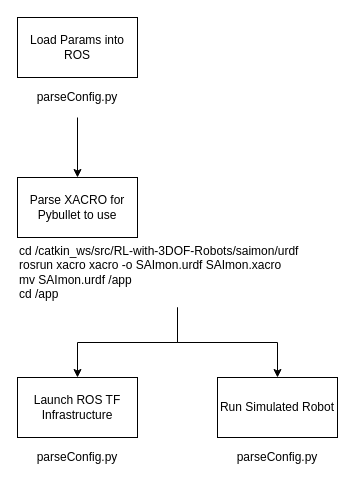
SimonSchwaiger/RL-for-Controller-Parameter-Estimation keeps this draw.io diagram as page "Startup Procedure" (2 of 3) of doc/systemMockup.drawio. Above is the earlier version. Source tidied: cells renumbered, new cells numbered last; positions are measured from the earlier drawing's top-left corner, leaving out a move shared by most shapes. Both pictures are drawn from the tidied source at 100%, with x=0, y=0 at pixel (17, 17).
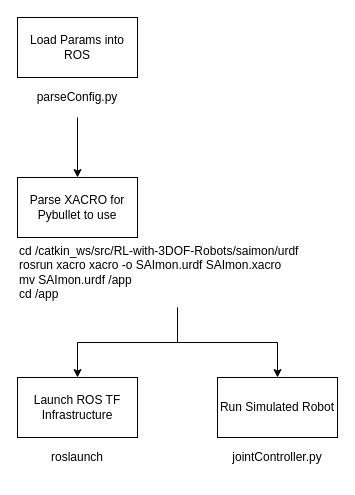
The same diagram, later.

What changed in the source:
```diff
@@
 <mxGraphModel>
   <root>
     <mxCell id="0" />
     <mxCell id="1" parent="0" />
     <mxCell id="2" value="Load Params into ROS" style="rounded=0;whiteSpace=wrap;html=1;" parent="1" vertex="1">
       <mxGeometry width="120" height="60" as="geometry" />
     </mxCell>
     <mxCell id="3" style="edgeStyle=orthogonalEdgeStyle;rounded=0;jettySize=auto;html=1;exitX=0.5;exitY=1;exitDx=0;exitDy=0;entryX=0.5;entryY=0;entryDx=0;entryDy=0;" parent="1" edge="1" source="4" target="5">
       <mxGeometry relative="1" as="geometry" />
     </mxCell>
     <mxCell id="4" value="parseConfig.py" style="text;html=1;strokeColor=none;fillColor=none;align=center;verticalAlign=middle;whiteSpace=wrap;rounded=0;" parent="1" vertex="1">
       <mxGeometry y="60" width="120" height="40" as="geometry" />
     </mxCell>
     <mxCell id="5" value="Parse XACRO for Pybullet to use" style="rounded=0;whiteSpace=wrap;html=1;" parent="1" vertex="1">
       <mxGeometry y="160" width="120" height="60" as="geometry" />
     </mxCell>
     <mxCell id="6" style="edgeStyle=orthogonalEdgeStyle;rounded=0;jettySize=auto;html=1;entryX=0.5;entryY=0;entryDx=0;entryDy=0;" parent="1" edge="1" source="7" target="11">
       <mxGeometry relative="1" as="geometry" />
     </mxCell>
     <mxCell id="7" value="cd /catkin_ws/src/RL-with-3DOF-Robots/saimon/urdf &lt;br&gt;rosrun xacro xacro -o SAImon.urdf SAImon.xacro&lt;br&gt;mv SAImon.urdf /app&lt;br&gt;cd /app" style="text;whiteSpace=wrap;html=1;" parent="1" vertex="1">
       <mxGeometry y="220" width="320" height="70" as="geometry" />
     </mxCell>
     <mxCell id="8" style="edgeStyle=orthogonalEdgeStyle;rounded=0;jettySize=auto;html=1;endArrow=none;endFill=0;startArrow=classic;startFill=1;" parent="1" edge="1" source="9" target="7">
       <mxGeometry relative="1" as="geometry" />
     </mxCell>
     <mxCell id="9" value="Launch ROS TF Infrastructure" style="rounded=0;whiteSpace=wrap;html=1;" parent="1" vertex="1">
       <mxGeometry y="360" width="120" height="60" as="geometry" />
     </mxCell>
-    <mxCell id="10" value="parseConfig.py" style="text;html=1;strokeColor=none;fillColor=none;align=center;verticalAlign=middle;whiteSpace=wrap;rounded=0;" parent="1" vertex="1">
+    <mxCell id="10" value="roslaunch" style="text;html=1;strokeColor=none;fillColor=none;align=center;verticalAlign=middle;whiteSpace=wrap;rounded=0;" parent="1" vertex="1">
       <mxGeometry y="420" width="120" height="40" as="geometry" />
     </mxCell>
     <mxCell id="11" value="Run Simulated Robot" style="rounded=0;whiteSpace=wrap;html=1;" parent="1" vertex="1">
       <mxGeometry x="200" y="360" width="120" height="60" as="geometry" />
     </mxCell>
-    <mxCell id="12" value="parseConfig.py" style="text;html=1;strokeColor=none;fillColor=none;align=center;verticalAlign=middle;whiteSpace=wrap;rounded=0;" parent="1" vertex="1">
+    <mxCell id="12" value="jointController.py" style="text;html=1;strokeColor=none;fillColor=none;align=center;verticalAlign=middle;whiteSpace=wrap;rounded=0;" parent="1" vertex="1">
       <mxGeometry x="200" y="420" width="120" height="40" as="geometry" />
     </mxCell>
   </root>
 </mxGraphModel>
```
